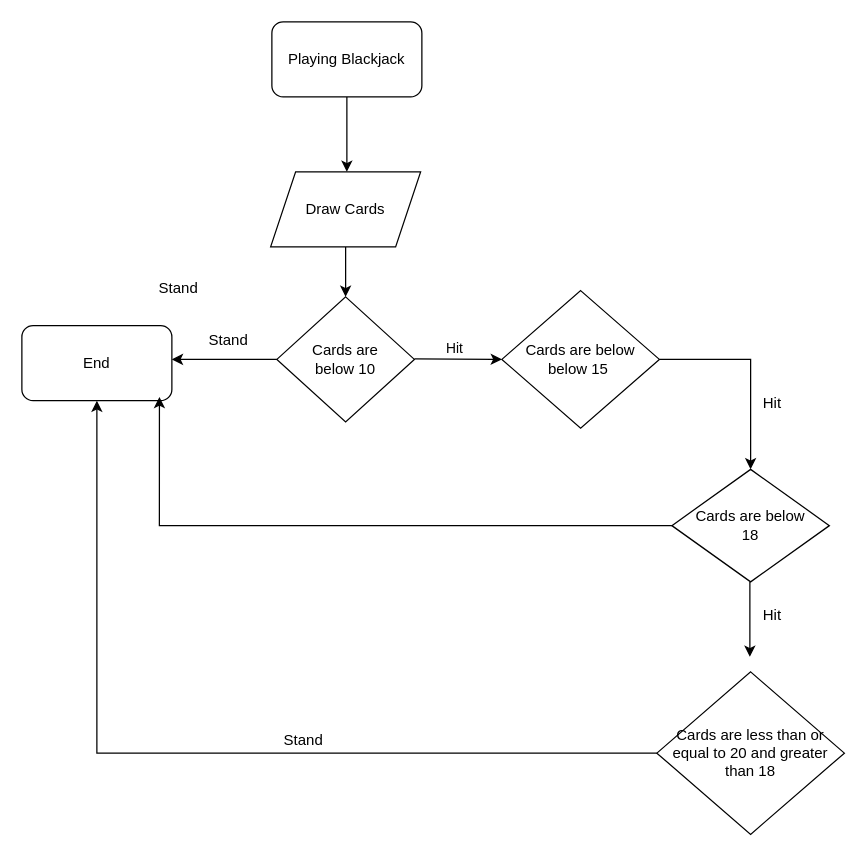
Before: blackjack.drawio in hnnhpdll/CCINCOML_EXERCISES_COM23P, a draw.io diagram. Source tidied: cells renumbered, new cells numbered last; positions are measured from the earlier drawing's top-left corner, leaving out a move shared by most shapes. Both pictures are drawn from the tidied source at 125%, with x=0, y=0 at pixel (21, 21).
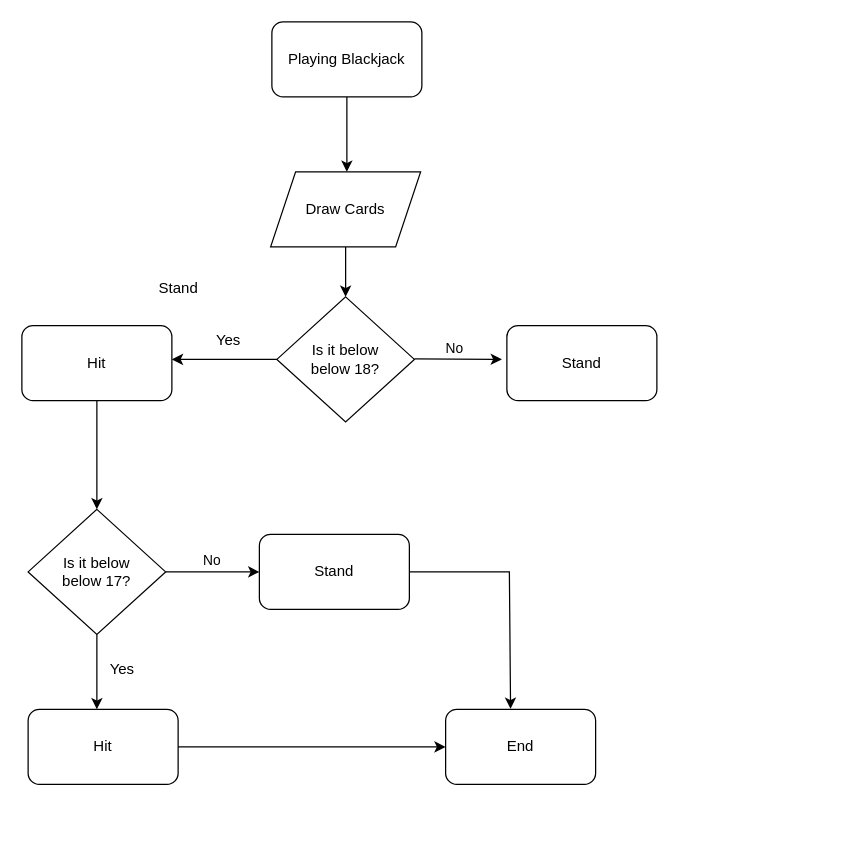
After the change.

Diff of the diagram source:
```diff
@@
-    <mxCell id="5" value="Cards are &lt;br&gt;below 10" style="rhombus;whiteSpace=wrap;html=1;" parent="1" vertex="1">
+    <mxCell id="5" value="Is it below&lt;br&gt;below 18?" style="rhombus;whiteSpace=wrap;html=1;" parent="1" vertex="1">
       <mxGeometry x="204" y="220" width="110" height="100" as="geometry" />
     </mxCell>
@@
-    <mxCell id="7" style="endArrow=classic;html=1;rounded=0;entryX=0;entryY=0.5;entryDx=0;entryDy=0;" parent="1" edge="1" target="10">
+    <mxCell id="7" style="endArrow=classic;html=1;rounded=0;entryX=0;entryY=0.5;entryDx=0;entryDy=0;" parent="1" edge="1">
       <mxGeometry relative="1" as="geometry">
         <mxPoint x="314" y="269.5" as="sourcePoint" />
+        <mxPoint x="384" y="270" as="targetPoint" />
       </mxGeometry>
     </mxCell>
-    <mxCell id="8" value="Hit" style="edgeLabel;html=1;align=center;verticalAlign=middle;" parent="7" vertex="1">
+    <mxCell id="8" value="No" style="edgeLabel;html=1;align=center;verticalAlign=middle;" parent="7" vertex="1">
       <mxGeometry x="0.15" y="8" relative="1" as="geometry">
         <mxPoint x="-9" y="-1" as="offset" />
       </mxGeometry>
     </mxCell>
-    <mxCell id="9" value="End" style="rounded=1;whiteSpace=wrap;html=1;" parent="1" vertex="1">
+    <mxCell id="9" value="Hit" style="rounded=1;whiteSpace=wrap;html=1;" parent="1" vertex="1">
       <mxGeometry y="243" width="120" height="60" as="geometry" />
     </mxCell>
-    <mxCell id="10" value="Cards are below &lt;br&gt;below 15&amp;nbsp;" style="rhombus;whiteSpace=wrap;html=1;" parent="1" vertex="1">
-      <mxGeometry x="384" y="215" width="126" height="110" as="geometry" />
-    </mxCell>
@@
-    <mxCell id="12" style="endArrow=classic;html=1;rounded=0;exitX=0;exitY=0.5;exitDx=0;exitDy=0;entryX=0.917;entryY=0.95;entryDx=0;entryDy=0;entryPerimeter=0;" parent="1" edge="1" source="13" target="9">
-      <mxGeometry relative="1" as="geometry">
-        <Array as="points">
-          <mxPoint x="110" y="403" />
-        </Array>
-      </mxGeometry>
-    </mxCell>
-    <mxCell id="13" value="Cards are below &lt;br&gt;18" style="rhombus;whiteSpace=wrap;html=1;" parent="1" vertex="1">
-      <mxGeometry x="520" y="358" width="126" height="90" as="geometry" />
-    </mxCell>
-    <mxCell id="14" style="endArrow=classic;html=1;rounded=0;" parent="1" edge="1">
-      <mxGeometry relative="1" as="geometry">
-        <mxPoint x="582.4" y="448" as="sourcePoint" />
-        <mxPoint x="582.4" y="508" as="targetPoint" />
-      </mxGeometry>
-    </mxCell>
-    <mxCell id="15" value="Cards are less than or equal to 20 and greater than 18" style="rhombus;whiteSpace=wrap;html=1;" parent="1" vertex="1">
-      <mxGeometry x="508" y="520" width="150" height="130" as="geometry" />
-    </mxCell>
-    <mxCell id="16" value="Hit" style="text;html=1;align=center;verticalAlign=middle;strokeColor=none;fillColor=none;" parent="1" vertex="1">
-      <mxGeometry x="580" y="290" width="40" height="30" as="geometry" />
-    </mxCell>
-    <mxCell id="17" value="Hit" style="text;html=1;align=center;verticalAlign=middle;strokeColor=none;fillColor=none;" parent="1" vertex="1">
-      <mxGeometry x="580" y="460" width="40" height="30" as="geometry" />
-    </mxCell>
-    <mxCell id="18" style="endArrow=classic;html=1;rounded=0;exitX=0;exitY=0.5;exitDx=0;exitDy=0;entryX=0.5;entryY=1;entryDx=0;entryDy=0;" parent="1" edge="1" source="15" target="9">
-      <mxGeometry relative="1" as="geometry">
-        <Array as="points">
-          <mxPoint x="60" y="585" />
-        </Array>
-      </mxGeometry>
-    </mxCell>
-    <mxCell id="19" value="Stand" style="text;html=1;align=center;verticalAlign=middle;strokeColor=none;fillColor=none;" parent="1" vertex="1">
-      <mxGeometry x="200" y="560" width="50" height="30" as="geometry" />
-    </mxCell>
@@
-    <mxCell id="21" value="Stand" style="text;html=1;align=center;verticalAlign=middle;strokeColor=none;fillColor=none;" parent="1" vertex="1">
-      <mxGeometry x="140" y="240" width="50" height="30" as="geometry" />
+    <mxCell id="21" value="Yes" style="text;html=1;align=center;verticalAlign=middle;strokeColor=none;fillColor=none;" parent="1" vertex="1">
+      <mxGeometry x="145" y="240" width="40" height="30" as="geometry" />
     </mxCell>
-    <mxCell id="22" style="endArrow=classic;html=1;rounded=0;exitX=1;exitY=0.5;exitDx=0;exitDy=0;entryX=0.5;entryY=0;entryDx=0;entryDy=0;" parent="1" edge="1" source="10" target="13">
-      <mxGeometry relative="1" as="geometry">
-        <Array as="points">
-          <mxPoint x="583" y="270" />
-        </Array>
-      </mxGeometry>
-    </mxCell>
+    <mxCell id="23" value="Stand" style="rounded=1;whiteSpace=wrap;html=1;" parent="1" vertex="1">
+      <mxGeometry x="388" y="243" width="120" height="60" as="geometry" />
+    </mxCell>
+    <mxCell id="24" value="Is it below&lt;br&gt;below 17?" style="rhombus;whiteSpace=wrap;html=1;" parent="1" vertex="1">
+      <mxGeometry x="5" y="390" width="110" height="100" as="geometry" />
+    </mxCell>
+    <mxCell id="25" style="endArrow=classic;html=1;rounded=0;exitX=0.5;exitY=1;exitDx=0;exitDy=0;entryX=0.5;entryY=0;entryDx=0;entryDy=0;" parent="1" edge="1" source="9" target="24">
+      <mxGeometry relative="1" as="geometry" />
+    </mxCell>
+    <mxCell id="26" style="endArrow=classic;html=1;rounded=0;exitX=1;exitY=0.5;exitDx=0;exitDy=0;" parent="1" edge="1" source="24">
+      <mxGeometry relative="1" as="geometry">
+        <mxPoint x="190" y="440" as="targetPoint" />
+      </mxGeometry>
+    </mxCell>
+    <mxCell id="27" value="No" style="edgeLabel;html=1;align=center;verticalAlign=middle;" parent="26" vertex="1">
+      <mxGeometry x="-0.08" y="10" relative="1" as="geometry">
+        <mxPoint x="1" as="offset" />
+      </mxGeometry>
+    </mxCell>
+    <mxCell id="28" value="Stand" style="rounded=1;whiteSpace=wrap;html=1;" parent="1" vertex="1">
+      <mxGeometry x="190" y="410" width="120" height="60" as="geometry" />
+    </mxCell>
+    <mxCell id="29" style="endArrow=classic;html=1;rounded=0;exitX=0.5;exitY=1;exitDx=0;exitDy=0;" parent="1" edge="1" source="24">
+      <mxGeometry relative="1" as="geometry">
+        <mxPoint x="60" y="550" as="targetPoint" />
+      </mxGeometry>
+    </mxCell>
+    <mxCell id="30" value="Hit" style="rounded=1;whiteSpace=wrap;html=1;" parent="1" vertex="1">
+      <mxGeometry x="5" y="550" width="120" height="60" as="geometry" />
+    </mxCell>
+    <mxCell id="31" value="Yes" style="text;html=1;align=center;verticalAlign=middle;strokeColor=none;fillColor=none;" parent="1" vertex="1">
+      <mxGeometry x="60" y="503" width="40" height="30" as="geometry" />
+    </mxCell>
+    <mxCell id="32" value="End" style="rounded=1;whiteSpace=wrap;html=1;" parent="1" vertex="1">
+      <mxGeometry x="339" y="550" width="120" height="60" as="geometry" />
+    </mxCell>
+    <mxCell id="33" style="endArrow=classic;html=1;rounded=0;exitX=1;exitY=0.5;exitDx=0;exitDy=0;entryX=0.433;entryY=-0.007;entryDx=0;entryDy=0;entryPerimeter=0;" parent="1" edge="1" source="28" target="32">
+      <mxGeometry relative="1" as="geometry">
+        <Array as="points">
+          <mxPoint x="390" y="440" />
+        </Array>
+      </mxGeometry>
+    </mxCell>
+    <mxCell id="34" style="endArrow=classic;html=1;rounded=0;exitX=1;exitY=0.5;exitDx=0;exitDy=0;" parent="1" edge="1" source="30" target="32">
+      <mxGeometry relative="1" as="geometry" />
+    </mxCell>
```
